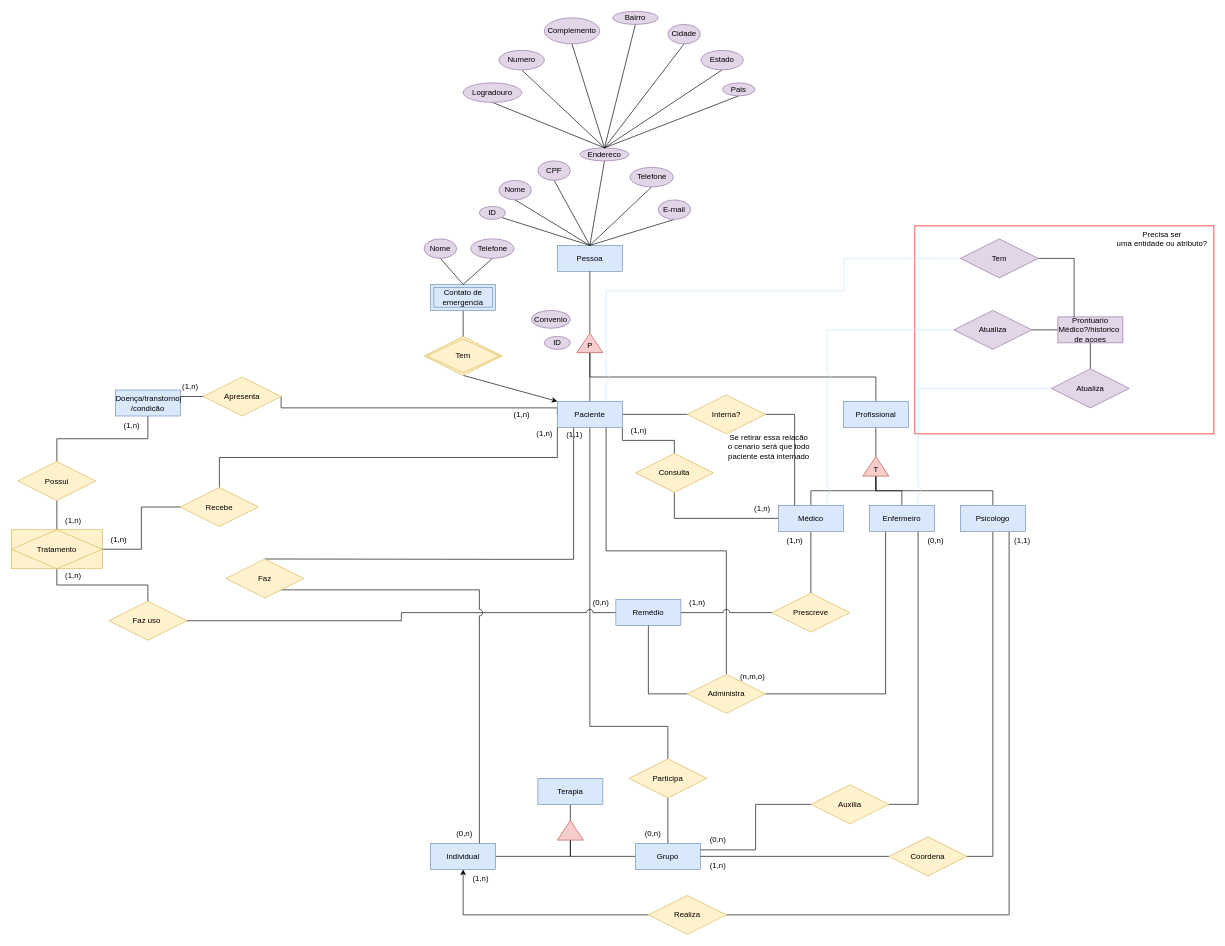
gkstaka/arquitetura_banco_dados keeps this draw.io diagram as Hospital psiquiátrico.drawio. Above is the earlier version. Source tidied: cells renumbered, new cells numbered last; positions are measured from the earlier drawing's top-left corner, leaving out a move shared by most shapes. Both pictures are drawn from the tidied source at 65%, with x=0, y=0 at pixel (11, 11).
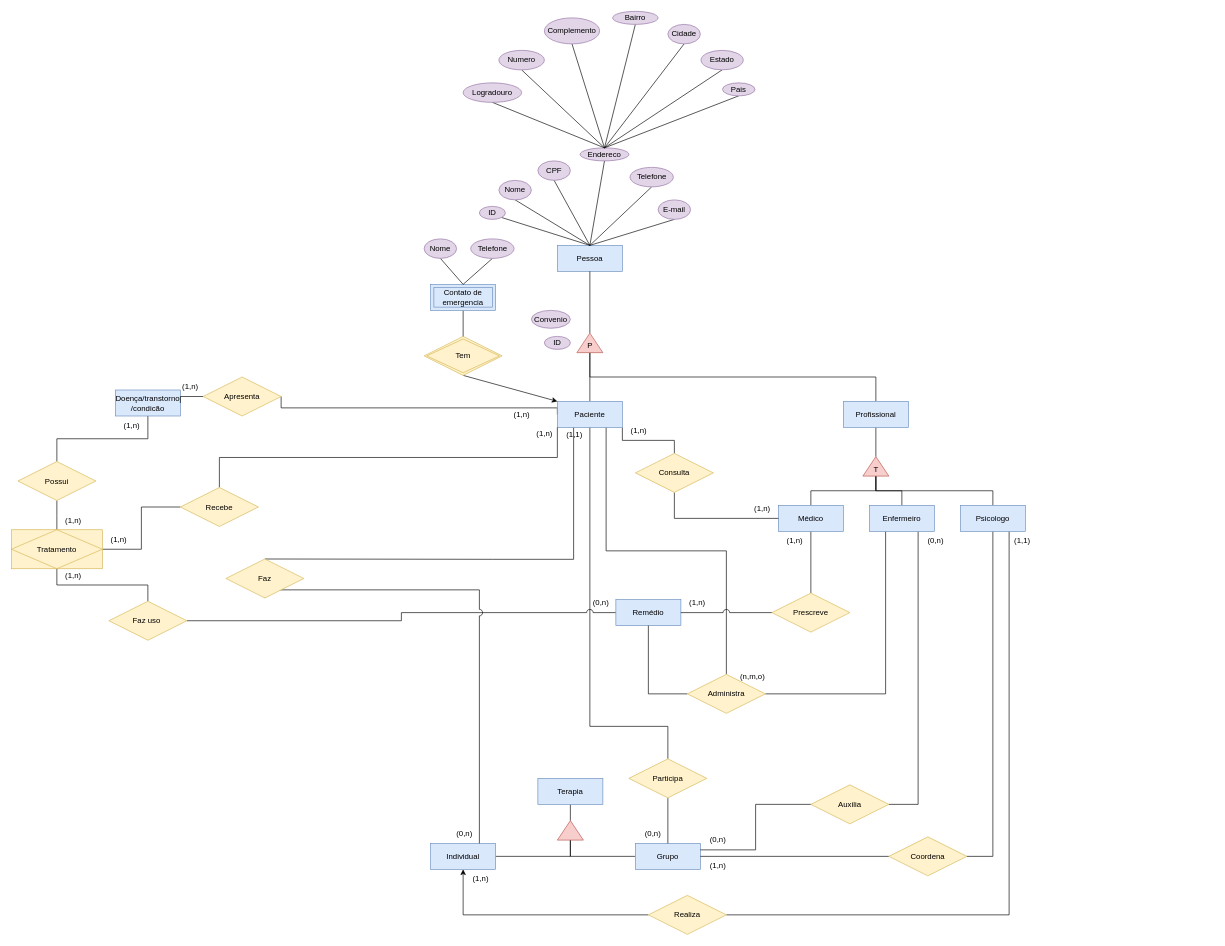
Above is the later version.

The change refers to these unchanged cells:
```xml
<mxCell id="15" value="Paciente" style="whiteSpace=wrap;html=1;align=center;fillColor=#dae8fc;strokeColor=#6c8ebf;" parent="1" vertex="1">
  <mxGeometry x="840" y="600" width="100" height="40" as="geometry" />
</mxCell>
<mxCell id="23" value="Médico" style="whiteSpace=wrap;html=1;align=center;fillColor=#dae8fc;strokeColor=#6c8ebf;" parent="1" vertex="1">
  <mxGeometry x="1180" y="760" width="100" height="40" as="geometry" />
</mxCell>
<mxCell id="26" value="Enfermeiro" style="whiteSpace=wrap;html=1;align=center;fillColor=#dae8fc;strokeColor=#6c8ebf;" parent="1" vertex="1">
  <mxGeometry x="1320" y="760" width="100" height="40" as="geometry" />
</mxCell>
```

Change to the diagram source:
```diff
@@
-    <mxCell id="2" style="rounded=0;whiteSpace=wrap;html=1;fillColor=none;strokeColor=#fa0000;" parent="1" vertex="1">
-      <mxGeometry x="1390" y="330" width="460" height="320" as="geometry" />
-    </mxCell>
@@
-    <mxCell id="9" style="edgeStyle=orthogonalEdgeStyle;rounded=0;jettySize=auto;html=1;exitX=1;exitY=0.5;exitDx=0;exitDy=0;entryX=0;entryY=0.5;entryDx=0;entryDy=0;endArrow=none;endFill=0;" parent="1" edge="1" source="15" target="46">
-      <mxGeometry relative="1" as="geometry" />
-    </mxCell>
@@
-    <mxCell id="14" style="edgeStyle=orthogonalEdgeStyle;rounded=0;jettySize=auto;html=1;exitX=0.75;exitY=0;exitDx=0;exitDy=0;entryX=0;entryY=0.5;entryDx=0;entryDy=0;jumpStyle=arc;jumpSize=10;endArrow=none;endFill=0;fillColor=#f5f5f5;strokeColor=#CCE5FF;" parent="1" edge="1" source="15" target="76">
-      <mxGeometry relative="1" as="geometry">
-        <Array as="points">
-          <mxPoint x="915" y="430" />
-          <mxPoint x="1281" y="430" />
-          <mxPoint x="1281" y="380" />
-        </Array>
-      </mxGeometry>
-    </mxCell>
@@
-    <mxCell id="45" style="edgeStyle=orthogonalEdgeStyle;rounded=0;jettySize=auto;html=1;exitX=1;exitY=0.5;exitDx=0;exitDy=0;entryX=0.25;entryY=0;entryDx=0;entryDy=0;endArrow=none;endFill=0;" parent="1" edge="1" source="46" target="23">
-      <mxGeometry relative="1" as="geometry" />
-    </mxCell>
-    <mxCell id="46" value="Interna?" style="shape=rhombus;perimeter=rhombusPerimeter;whiteSpace=wrap;html=1;align=center;fillColor=#fff2cc;strokeColor=#d6b656;" parent="1" vertex="1">
-      <mxGeometry x="1040" y="590" width="120" height="60" as="geometry" />
-    </mxCell>
@@
-    <mxCell id="68" style="edgeStyle=orthogonalEdgeStyle;rounded=0;jettySize=auto;html=1;exitX=0;exitY=0.5;exitDx=0;exitDy=0;entryX=1;entryY=0.5;entryDx=0;entryDy=0;endArrow=none;endFill=0;" parent="1" edge="1" source="69" target="71">
-      <mxGeometry relative="1" as="geometry" />
-    </mxCell>
-    <mxCell id="69" value="Prontuario&lt;br&gt;Médico?/historico&amp;nbsp;&lt;br&gt;de acoes" style="whiteSpace=wrap;html=1;align=center;fillColor=#e1d5e7;strokeColor=#9673a6;" parent="1" vertex="1">
-      <mxGeometry x="1610" y="470" width="100" height="40" as="geometry" />
-    </mxCell>
-    <mxCell id="70" style="edgeStyle=orthogonalEdgeStyle;rounded=0;jettySize=auto;html=1;exitX=0;exitY=0.5;exitDx=0;exitDy=0;entryX=0.75;entryY=0;entryDx=0;entryDy=0;jumpStyle=arc;jumpSize=10;endArrow=none;endFill=0;strokeColor=#CCE5FF;" parent="1" edge="1" source="71" target="23">
-      <mxGeometry relative="1" as="geometry" />
-    </mxCell>
-    <mxCell id="71" value="Atualiza" style="shape=rhombus;perimeter=rhombusPerimeter;whiteSpace=wrap;html=1;align=center;fillColor=#e1d5e7;strokeColor=#9673a6;" parent="1" vertex="1">
-      <mxGeometry x="1450" y="460" width="120" height="60" as="geometry" />
-    </mxCell>
-    <mxCell id="72" style="edgeStyle=orthogonalEdgeStyle;rounded=0;jettySize=auto;html=1;exitX=0.5;exitY=0;exitDx=0;exitDy=0;entryX=0.5;entryY=1;entryDx=0;entryDy=0;endArrow=none;endFill=0;" parent="1" edge="1" source="74" target="69">
-      <mxGeometry relative="1" as="geometry" />
-    </mxCell>
-    <mxCell id="73" style="edgeStyle=orthogonalEdgeStyle;rounded=0;jettySize=auto;html=1;exitX=0;exitY=0.5;exitDx=0;exitDy=0;entryX=0.75;entryY=0;entryDx=0;entryDy=0;jumpStyle=arc;jumpSize=10;endArrow=none;endFill=0;strokeColor=#CCE5FF;" parent="1" edge="1" source="74" target="26">
-      <mxGeometry relative="1" as="geometry" />
-    </mxCell>
-    <mxCell id="74" value="Atualiza" style="shape=rhombus;perimeter=rhombusPerimeter;whiteSpace=wrap;html=1;align=center;fillColor=#e1d5e7;strokeColor=#9673a6;" parent="1" vertex="1">
-      <mxGeometry x="1600" y="550" width="120" height="60" as="geometry" />
-    </mxCell>
-    <mxCell id="75" style="edgeStyle=orthogonalEdgeStyle;rounded=0;jettySize=auto;html=1;exitX=1;exitY=0.5;exitDx=0;exitDy=0;entryX=0.25;entryY=0;entryDx=0;entryDy=0;endArrow=none;endFill=0;" parent="1" edge="1" source="76" target="69">
-      <mxGeometry relative="1" as="geometry" />
-    </mxCell>
-    <mxCell id="76" value="Tem" style="shape=rhombus;perimeter=rhombusPerimeter;whiteSpace=wrap;html=1;align=center;fillColor=#e1d5e7;strokeColor=#9673a6;" parent="1" vertex="1">
-      <mxGeometry x="1460" y="350" width="120" height="60" as="geometry" />
-    </mxCell>
-    <mxCell id="77" value="Precisa ser&lt;br&gt;uma entidade ou atributo?" style="text;html=1;align=center;verticalAlign=middle;strokeColor=none;fillColor=none;" parent="1" vertex="1">
-      <mxGeometry x="1690" y="330" width="160" height="40" as="geometry" />
-    </mxCell>
-    <mxCell id="78" value="Se retirar essa relacão&lt;br&gt;o cenario será que todo&lt;br&gt;paciente está internado" style="text;html=1;align=center;verticalAlign=middle;strokeColor=none;fillColor=none;" parent="1" vertex="1">
-      <mxGeometry x="1090" y="640" width="150" height="60" as="geometry" />
-    </mxCell>
```
